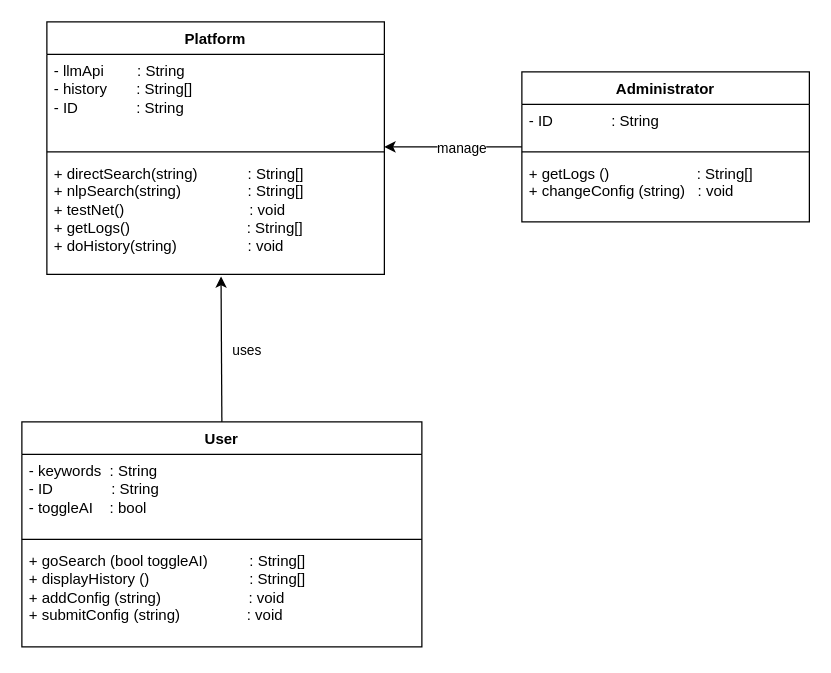
Above: 类图.drawio in RimLutienpeist/Draw_io_Repo (draw.io), before the change. Source tidied: cells renumbered, new cells numbered last; positions are measured from the earlier drawing's top-left corner, leaving out a move shared by most shapes. Both pictures are drawn from the tidied source at 125%, with x=0, y=0 at pixel (21, 21).
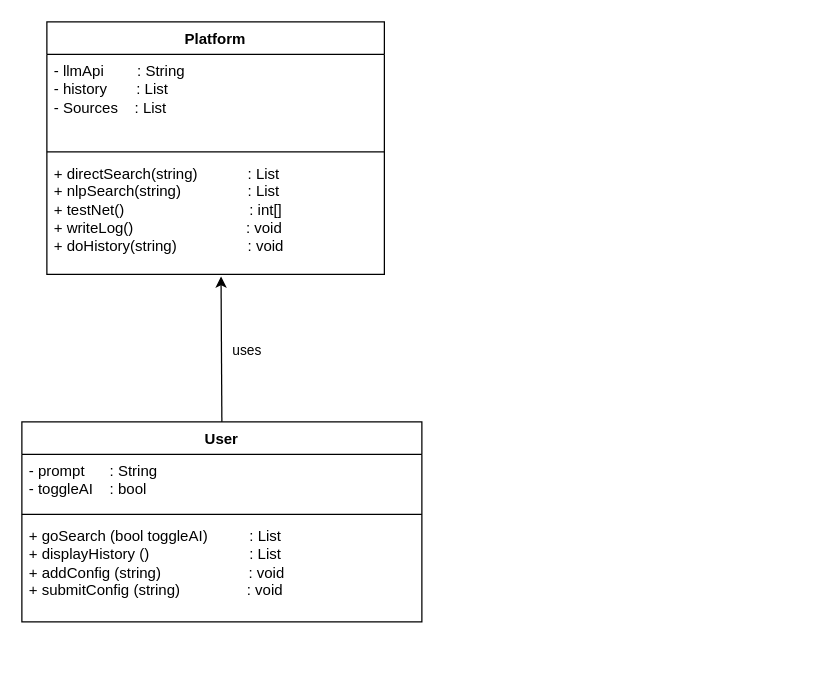
After the change.

The change refers to these unchanged cells:
```xml
<mxCell id="6" value="Platform" style="swimlane;fontStyle=1;align=center;verticalAlign=top;horizontal=1;startSize=26;whiteSpace=wrap;html=1;" parent="1" vertex="1">
  <mxGeometry x="20" width="270" height="202" as="geometry" />
</mxCell>
```

Change to the diagram source:
```diff
@@
     <mxCell id="2" value="User" style="swimlane;fontStyle=1;align=center;verticalAlign=top;horizontal=1;startSize=26;whiteSpace=wrap;html=1;" parent="1" vertex="1">
-      <mxGeometry y="320" width="320" height="180" as="geometry" />
+      <mxGeometry y="320" width="320" height="160" as="geometry" />
     </mxCell>
-    <mxCell id="3" value="- keywords&amp;nbsp; : String&lt;br&gt;&lt;div&gt;- ID&amp;nbsp; &amp;nbsp; &amp;nbsp; &amp;nbsp; &amp;nbsp; &amp;nbsp; &amp;nbsp; : String&lt;/div&gt;&lt;div&gt;&lt;span style=&quot;background-color: transparent; color: light-dark(rgb(0, 0, 0), rgb(255, 255, 255));&quot;&gt;- toggleAI&amp;nbsp; &amp;nbsp; : bool&lt;/span&gt;&lt;/div&gt;&lt;div&gt;&lt;br&gt;&lt;/div&gt;" style="text;strokeColor=none;fillColor=none;align=left;verticalAlign=top;spacingLeft=4;spacingRight=4;overflow=hidden;whiteSpace=wrap;html=1;" parent="2" vertex="1">
-      <mxGeometry y="26" width="320" height="64" as="geometry" />
+    <mxCell id="3" value="- prompt&amp;nbsp; &amp;nbsp; &amp;nbsp; : String&lt;div&gt;&lt;span style=&quot;background-color: transparent; color: light-dark(rgb(0, 0, 0), rgb(255, 255, 255));&quot;&gt;- toggleAI&amp;nbsp; &amp;nbsp; : bool&lt;/span&gt;&lt;/div&gt;" style="text;strokeColor=none;fillColor=none;align=left;verticalAlign=top;spacingLeft=4;spacingRight=4;overflow=hidden;whiteSpace=wrap;html=1;" parent="2" vertex="1">
+      <mxGeometry y="26" width="320" height="44" as="geometry" />
     </mxCell>
     <mxCell id="4" style="line;strokeWidth=1;fillColor=none;align=left;verticalAlign=middle;spacingTop=-1;spacingLeft=3;spacingRight=3;labelPosition=right;strokeColor=inherit;" parent="2" vertex="1">
-      <mxGeometry y="90" width="320" height="8" as="geometry" />
+      <mxGeometry y="70" width="320" height="8" as="geometry" />
     </mxCell>
-    <mxCell id="5" value="&lt;div&gt;+ goSearch (bool&amp;nbsp;&lt;span style=&quot;background-color: transparent; color: light-dark(rgb(0, 0, 0), rgb(255, 255, 255));&quot;&gt;toggleAI&lt;/span&gt;&lt;span style=&quot;background-color: transparent; color: light-dark(rgb(0, 0, 0), rgb(255, 255, 255));&quot;&gt;)&amp;nbsp; &amp;nbsp; &amp;nbsp; &amp;nbsp; &amp;nbsp; : String[]&lt;/span&gt;&lt;/div&gt;+ displayHistory ()&amp;nbsp; &amp;nbsp; &amp;nbsp; &amp;nbsp; &amp;nbsp; &amp;nbsp; &amp;nbsp; &amp;nbsp; &amp;nbsp; &amp;nbsp; &amp;nbsp; &amp;nbsp; : String[]&lt;div&gt;+ addConfig (string)&amp;nbsp; &amp;nbsp; &amp;nbsp; &amp;nbsp; &amp;nbsp; &amp;nbsp; &amp;nbsp; &amp;nbsp; &amp;nbsp; &amp;nbsp; &amp;nbsp;: void&lt;br&gt;+ submitConfig (string)&amp;nbsp; &amp;nbsp; &amp;nbsp; &amp;nbsp; &amp;nbsp; &amp;nbsp; &amp;nbsp; &amp;nbsp; : void&lt;/div&gt;&lt;div&gt;&lt;br&gt;&lt;/div&gt;" style="text;strokeColor=none;fillColor=none;align=left;verticalAlign=top;spacingLeft=4;spacingRight=4;overflow=hidden;whiteSpace=wrap;html=1;" parent="2" vertex="1">
-      <mxGeometry y="98" width="320" height="82" as="geometry" />
+    <mxCell id="5" value="&lt;div&gt;+ goSearch (bool&amp;nbsp;&lt;span style=&quot;background-color: transparent; color: light-dark(rgb(0, 0, 0), rgb(255, 255, 255));&quot;&gt;toggleAI&lt;/span&gt;&lt;span style=&quot;background-color: transparent; color: light-dark(rgb(0, 0, 0), rgb(255, 255, 255));&quot;&gt;)&amp;nbsp; &amp;nbsp; &amp;nbsp; &amp;nbsp; &amp;nbsp; : List&lt;/span&gt;&lt;/div&gt;+ displayHistory ()&amp;nbsp; &amp;nbsp; &amp;nbsp; &amp;nbsp; &amp;nbsp; &amp;nbsp; &amp;nbsp; &amp;nbsp; &amp;nbsp; &amp;nbsp; &amp;nbsp; &amp;nbsp; : List&lt;div&gt;+ addConfig (string)&amp;nbsp; &amp;nbsp; &amp;nbsp; &amp;nbsp; &amp;nbsp; &amp;nbsp; &amp;nbsp; &amp;nbsp; &amp;nbsp; &amp;nbsp; &amp;nbsp;: void&lt;br&gt;+ submitConfig (string)&amp;nbsp; &amp;nbsp; &amp;nbsp; &amp;nbsp; &amp;nbsp; &amp;nbsp; &amp;nbsp; &amp;nbsp; : void&lt;/div&gt;&lt;div&gt;&lt;br&gt;&lt;/div&gt;" style="text;strokeColor=none;fillColor=none;align=left;verticalAlign=top;spacingLeft=4;spacingRight=4;overflow=hidden;whiteSpace=wrap;html=1;" parent="2" vertex="1">
+      <mxGeometry y="78" width="320" height="82" as="geometry" />
     </mxCell>
@@
-    <mxCell id="7" value="&lt;div&gt;- llmApi&amp;nbsp; &amp;nbsp; &amp;nbsp; &amp;nbsp; : String&lt;/div&gt;- history&amp;nbsp; &amp;nbsp; &amp;nbsp; &amp;nbsp;: String[]&amp;nbsp;&lt;br&gt;&lt;div&gt;- ID&amp;nbsp; &amp;nbsp; &amp;nbsp; &amp;nbsp; &amp;nbsp; &amp;nbsp; &amp;nbsp; : String&lt;/div&gt;&lt;div&gt;&lt;br&gt;&lt;/div&gt;" style="text;strokeColor=none;fillColor=none;align=left;verticalAlign=top;spacingLeft=4;spacingRight=4;overflow=hidden;whiteSpace=wrap;html=1;" parent="6" vertex="1">
+    <mxCell id="7" value="&lt;div&gt;- llmApi&amp;nbsp; &amp;nbsp; &amp;nbsp; &amp;nbsp; : String&lt;/div&gt;- history&amp;nbsp; &amp;nbsp; &amp;nbsp; &amp;nbsp;: List&amp;nbsp;&lt;br&gt;&lt;div&gt;- Sources&amp;nbsp; &amp;nbsp; : List&lt;/div&gt;&lt;div&gt;&lt;br&gt;&lt;/div&gt;" style="text;strokeColor=none;fillColor=none;align=left;verticalAlign=top;spacingLeft=4;spacingRight=4;overflow=hidden;whiteSpace=wrap;html=1;" parent="6" vertex="1">
       <mxGeometry y="26" width="270" height="74" as="geometry" />
     </mxCell>
@@
-    <mxCell id="9" value="&lt;div&gt;+ directSearch(string)&amp;nbsp; &amp;nbsp; &amp;nbsp; &amp;nbsp; &amp;nbsp; &amp;nbsp; : String[]&lt;br&gt;+ nlpSearch(string)&amp;nbsp; &amp;nbsp; &amp;nbsp; &amp;nbsp; &amp;nbsp; &amp;nbsp; &amp;nbsp; &amp;nbsp; : String[]&lt;/div&gt;&lt;div&gt;+ testNet()&amp;nbsp; &amp;nbsp; &amp;nbsp; &amp;nbsp; &amp;nbsp; &amp;nbsp; &amp;nbsp; &amp;nbsp; &amp;nbsp; &amp;nbsp; &amp;nbsp; &amp;nbsp; &amp;nbsp; &amp;nbsp; &amp;nbsp; : void&lt;br&gt;&lt;/div&gt;&lt;div&gt;+ getLogs()&amp;nbsp; &amp;nbsp; &amp;nbsp; &amp;nbsp; &amp;nbsp; &amp;nbsp; &amp;nbsp; &amp;nbsp; &amp;nbsp; &amp;nbsp; &amp;nbsp; &amp;nbsp; &amp;nbsp; &amp;nbsp; : String[]&lt;br&gt;+ doHistory(string)&amp;nbsp; &amp;nbsp; &amp;nbsp; &amp;nbsp; &amp;nbsp; &amp;nbsp; &amp;nbsp; &amp;nbsp; &amp;nbsp;: void&amp;nbsp; &amp;nbsp; &amp;nbsp;&lt;/div&gt;" style="text;strokeColor=none;fillColor=none;align=left;verticalAlign=top;spacingLeft=4;spacingRight=4;overflow=hidden;points=[[0,0.5],[1,0.5]];portConstraint=eastwest;whiteSpace=wrap;html=1;" parent="6" vertex="1">
+    <mxCell id="9" value="&lt;div&gt;+ directSearch(string)&amp;nbsp; &amp;nbsp; &amp;nbsp; &amp;nbsp; &amp;nbsp; &amp;nbsp; : List&lt;br&gt;+ nlpSearch(string)&amp;nbsp; &amp;nbsp; &amp;nbsp; &amp;nbsp; &amp;nbsp; &amp;nbsp; &amp;nbsp; &amp;nbsp; : List&lt;/div&gt;&lt;div&gt;+ testNet()&amp;nbsp; &amp;nbsp; &amp;nbsp; &amp;nbsp; &amp;nbsp; &amp;nbsp; &amp;nbsp; &amp;nbsp; &amp;nbsp; &amp;nbsp; &amp;nbsp; &amp;nbsp; &amp;nbsp; &amp;nbsp; &amp;nbsp; : int[]&lt;br&gt;&lt;/div&gt;&lt;div&gt;+ writeLog()&amp;nbsp; &amp;nbsp; &amp;nbsp; &amp;nbsp; &amp;nbsp; &amp;nbsp; &amp;nbsp; &amp;nbsp; &amp;nbsp; &amp;nbsp; &amp;nbsp; &amp;nbsp; &amp;nbsp; &amp;nbsp;: void&lt;br&gt;+ doHistory(string)&amp;nbsp; &amp;nbsp; &amp;nbsp; &amp;nbsp; &amp;nbsp; &amp;nbsp; &amp;nbsp; &amp;nbsp; &amp;nbsp;: void&amp;nbsp; &amp;nbsp; &amp;nbsp;&lt;/div&gt;" style="text;strokeColor=none;fillColor=none;align=left;verticalAlign=top;spacingLeft=4;spacingRight=4;overflow=hidden;points=[[0,0.5],[1,0.5]];portConstraint=eastwest;whiteSpace=wrap;html=1;" parent="6" vertex="1">
       <mxGeometry y="108" width="270" height="94" as="geometry" />
     </mxCell>
@@
-    <mxCell id="12" value="Administrator" style="swimlane;fontStyle=1;align=center;verticalAlign=top;horizontal=1;startSize=26;whiteSpace=wrap;html=1;" parent="1" vertex="1">
-      <mxGeometry x="400" y="40" width="230" height="120" as="geometry" />
-    </mxCell>
-    <mxCell id="13" value="&lt;div&gt;- ID&amp;nbsp; &amp;nbsp; &amp;nbsp; &amp;nbsp; &amp;nbsp; &amp;nbsp; &amp;nbsp; : String&lt;/div&gt;" style="text;strokeColor=none;fillColor=none;align=left;verticalAlign=top;spacingLeft=4;spacingRight=4;overflow=hidden;whiteSpace=wrap;html=1;" parent="12" vertex="1">
-      <mxGeometry y="26" width="230" height="34" as="geometry" />
-    </mxCell>
-    <mxCell id="14" style="line;strokeWidth=1;fillColor=none;align=left;verticalAlign=middle;spacingTop=-1;spacingLeft=3;spacingRight=3;labelPosition=right;strokeColor=inherit;" parent="12" vertex="1">
-      <mxGeometry y="60" width="230" height="8" as="geometry" />
-    </mxCell>
-    <mxCell id="15" value="&lt;div&gt;&lt;span style=&quot;background-color: transparent; color: light-dark(rgb(0, 0, 0), rgb(255, 255, 255));&quot;&gt;+ getLogs ()&amp;nbsp; &amp;nbsp; &amp;nbsp; &amp;nbsp; &amp;nbsp; &amp;nbsp; &amp;nbsp; &amp;nbsp; &amp;nbsp; &amp;nbsp; &amp;nbsp;: String[]&lt;/span&gt;&lt;/div&gt;&lt;div&gt;+ changeConfig (string)&amp;nbsp; &amp;nbsp;: void&lt;br&gt;&lt;/div&gt;" style="text;strokeColor=none;fillColor=none;align=left;verticalAlign=top;spacingLeft=4;spacingRight=4;overflow=hidden;whiteSpace=wrap;html=1;" parent="12" vertex="1">
-      <mxGeometry y="68" width="230" height="52" as="geometry" />
-    </mxCell>
-    <mxCell id="16" style="endArrow=classic;html=1;rounded=0;entryX=0.516;entryY=1.017;entryDx=0;entryDy=0;entryPerimeter=0;" parent="1" edge="1">
-      <mxGeometry relative="1" as="geometry">
-        <mxPoint x="400" y="100" as="sourcePoint" />
-        <mxPoint x="290" y="100" as="targetPoint" />
-      </mxGeometry>
-    </mxCell>
-    <mxCell id="17" value="manage" style="edgeLabel;html=1;align=center;verticalAlign=middle;" parent="16" vertex="1">
-      <mxGeometry x="-0.01" relative="1" as="geometry">
-        <mxPoint x="5" as="offset" />
-      </mxGeometry>
-    </mxCell>
```
